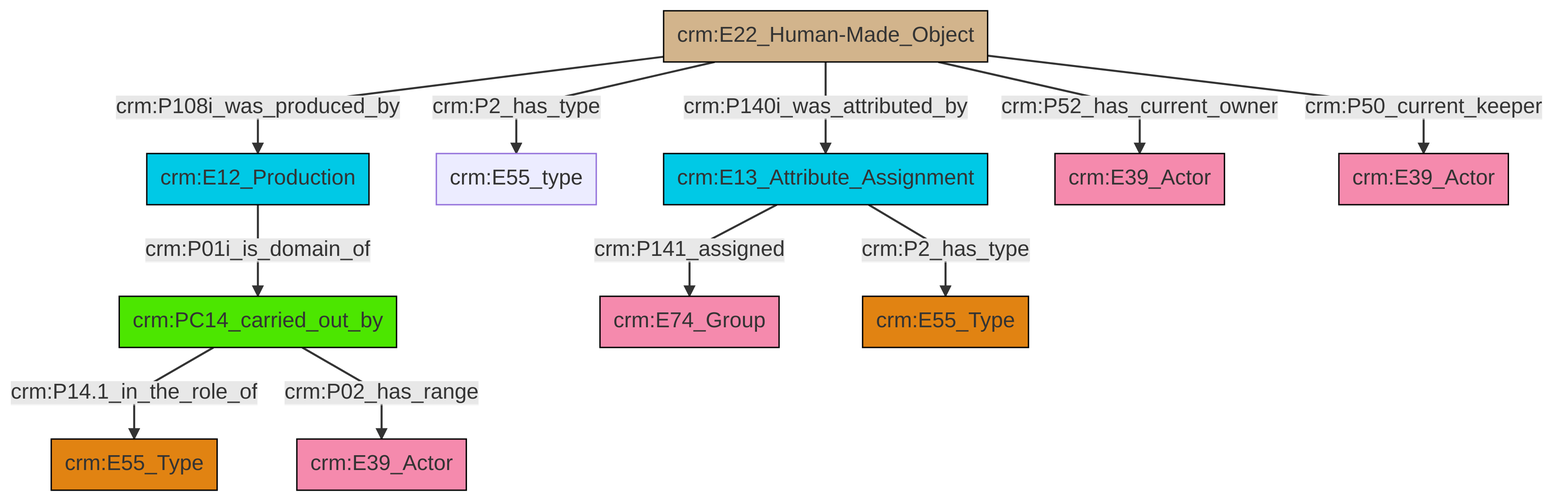
swiss-art-research-net/docs.swissartresearch keeps this Mermaid diagram as et/artworkCSV/ttl/mmd/png/Artwork_Actor_Relations.png. Above is the earlier version. Its source is kept beside it as et/artworkCSV/ttl/mmd/Artwork_Actor_Relations.ttl.mmd.
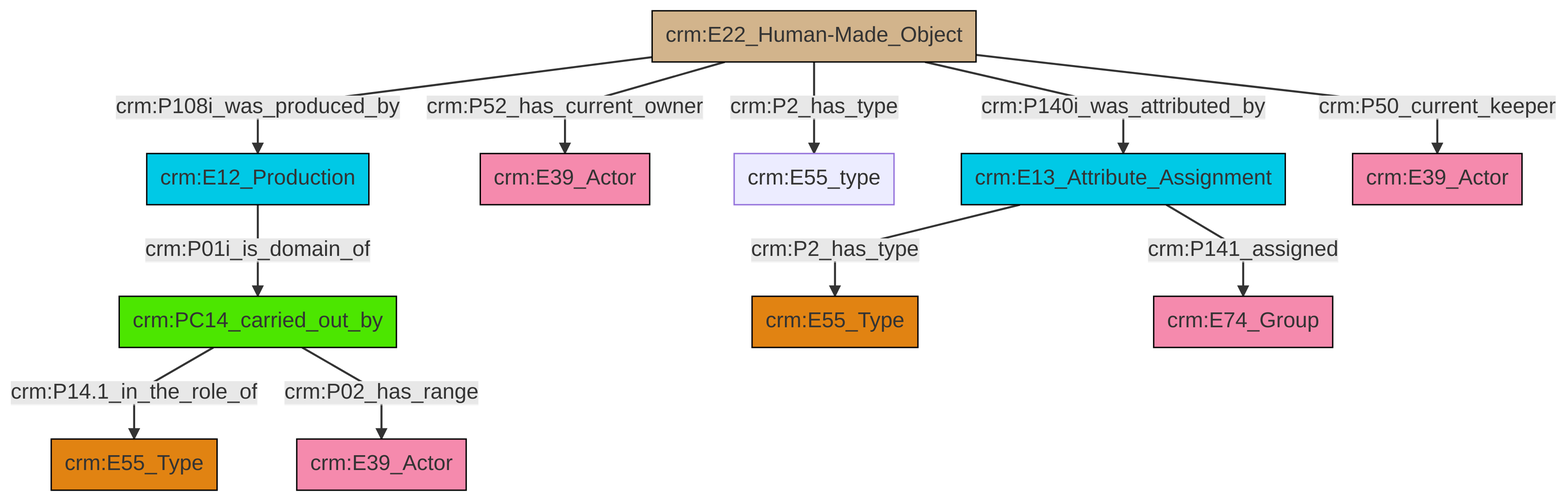
Above is the later version.

What changed in the source:
```diff
@@ -13,13 +13,13 @@
 classDef PC_Classes fill:#4ce600, stroke:#000000;
 classDef Multi fill:#cccccc,stroke:#000000;
 
-2["crm:E22_Human-Made_Object"]:::Physical_Thing -->|crm:P108i_was_produced_by| 3["crm:E12_Production"]:::Temporal_Entity
-4["crm:PC14_carried_out_by"]:::PC_Classes -->|crm:P14.1_in_the_role_of| 5["crm:E55_Type"]:::Type
-2["crm:E22_Human-Made_Object"]:::Physical_Thing -->|crm:P2_has_type| 8["crm:E55_type"]:::Default
-9["crm:E13_Attribute_Assignment"]:::Temporal_Entity -->|crm:P141_assigned| 0["crm:E74_Group"]:::Actor
-2["crm:E22_Human-Made_Object"]:::Physical_Thing -->|crm:P140i_was_attributed_by| 9["crm:E13_Attribute_Assignment"]:::Temporal_Entity
-3["crm:E12_Production"]:::Temporal_Entity -->|crm:P01i_is_domain_of| 4["crm:PC14_carried_out_by"]:::PC_Classes
-9["crm:E13_Attribute_Assignment"]:::Temporal_Entity -->|crm:P2_has_type| 12["crm:E55_Type"]:::Type
-2["crm:E22_Human-Made_Object"]:::Physical_Thing -->|crm:P52_has_current_owner| 17["crm:E39_Actor"]:::Actor
-2["crm:E22_Human-Made_Object"]:::Physical_Thing -->|crm:P50_current_keeper| 18["crm:E39_Actor"]:::Actor
-4["crm:PC14_carried_out_by"]:::PC_Classes -->|crm:P02_has_range| 14["crm:E39_Actor"]:::Actor
+0["crm:E22_Human-Made_Object"]:::Physical_Thing -->|crm:P108i_was_produced_by| 1["crm:E12_Production"]:::Temporal_Entity
+4["crm:E13_Attribute_Assignment"]:::Temporal_Entity -->|crm:P2_has_type| 5["crm:E55_Type"]:::Type
+6["crm:PC14_carried_out_by"]:::PC_Classes -->|crm:P14.1_in_the_role_of| 10["crm:E55_Type"]:::Type
+0["crm:E22_Human-Made_Object"]:::Physical_Thing -->|crm:P52_has_current_owner| 11["crm:E39_Actor"]:::Actor
+0["crm:E22_Human-Made_Object"]:::Physical_Thing -->|crm:P2_has_type| 12["crm:E55_type"]:::Default
+4["crm:E13_Attribute_Assignment"]:::Temporal_Entity -->|crm:P141_assigned| 16["crm:E74_Group"]:::Actor
+0["crm:E22_Human-Made_Object"]:::Physical_Thing -->|crm:P140i_was_attributed_by| 4["crm:E13_Attribute_Assignment"]:::Temporal_Entity
+6["crm:PC14_carried_out_by"]:::PC_Classes -->|crm:P02_has_range| 17["crm:E39_Actor"]:::Actor
+0["crm:E22_Human-Made_Object"]:::Physical_Thing -->|crm:P50_current_keeper| 2["crm:E39_Actor"]:::Actor
+1["crm:E12_Production"]:::Temporal_Entity -->|crm:P01i_is_domain_of| 6["crm:PC14_carried_out_by"]:::PC_Classes
```
